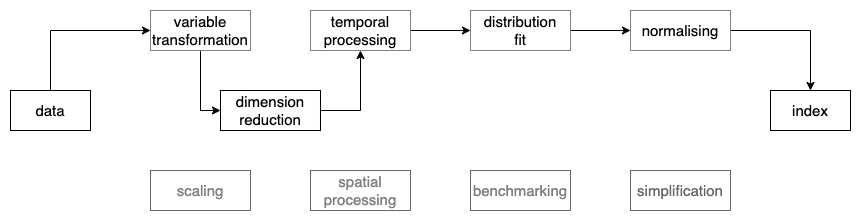
Earlier version of the draw.io export figures/pipeline-spei.png (huizezhang-sherry/paper-tidyindex). Source tidied: cells renumbered, new cells last; positions are measured from the earlier drawing's top-left corner, leaving out a move shared by most shapes.
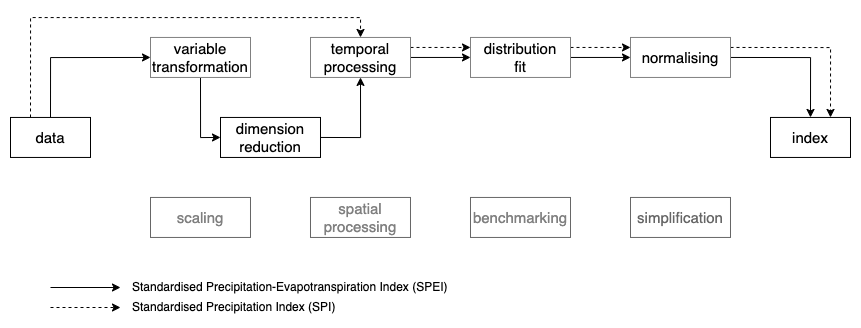
The same diagram one commit later.

What changed in the source:
```diff
@@ -5,8 +5,11 @@
     <mxCell id="2" style="edgeStyle=orthogonalEdgeStyle;rounded=0;jettySize=auto;html=1;exitX=0.5;exitY=0;exitDx=0;exitDy=0;entryX=0;entryY=0.5;entryDx=0;entryDy=0;" parent="1" edge="1" source="3" target="8">
       <mxGeometry relative="1" as="geometry" />
     </mxCell>
+    <mxCell id="19" style="edgeStyle=orthogonalEdgeStyle;rounded=0;jettySize=auto;html=1;exitX=0.25;exitY=0;exitDx=0;exitDy=0;entryX=0.5;entryY=0;entryDx=0;entryDy=0;dashed=1;" parent="1" edge="1" source="3" target="16">
+      <mxGeometry relative="1" as="geometry" />
+    </mxCell>
     <mxCell id="3" value="&lt;font style=&quot;font-size: 15px;&quot;&gt;data&lt;/font&gt;" style="rounded=0;whiteSpace=wrap;html=1;" parent="1" vertex="1">
-      <mxGeometry y="80" width="80" height="40" as="geometry" />
+      <mxGeometry y="80.1" width="80" height="40" as="geometry" />
     </mxCell>
     <mxCell id="4" value="&lt;font style=&quot;font-size: 15px;&quot;&gt;scaling&lt;/font&gt;" style="rounded=0;whiteSpace=wrap;html=1;fontColor=#808080;strokeColor=#666666;" parent="1" vertex="1">
       <mxGeometry x="140" y="160" width="100" height="40" as="geometry" />
@@ -15,22 +18,25 @@
       <mxGeometry relative="1" as="geometry" />
     </mxCell>
     <mxCell id="6" value="&lt;font style=&quot;font-size: 15px;&quot;&gt;dimension reduction&lt;/font&gt;" style="rounded=0;whiteSpace=wrap;html=1;" parent="1" vertex="1">
-      <mxGeometry x="210" y="80" width="100" height="40" as="geometry" />
+      <mxGeometry x="210" y="80.1" width="100" height="40" as="geometry" />
     </mxCell>
     <mxCell id="7" style="edgeStyle=orthogonalEdgeStyle;rounded=0;jettySize=auto;html=1;exitX=0.5;exitY=1;exitDx=0;exitDy=0;entryX=0;entryY=0.5;entryDx=0;entryDy=0;" parent="1" edge="1" source="8" target="6">
       <mxGeometry relative="1" as="geometry" />
     </mxCell>
     <mxCell id="8" value="&lt;font style=&quot;font-size: 15px;&quot;&gt;variable transformation&lt;br&gt;&lt;/font&gt;" style="rounded=0;whiteSpace=wrap;html=1;strokeColor=#808080;fontColor=#000000;" parent="1" vertex="1">
-      <mxGeometry x="140" width="100" height="40" as="geometry" />
+      <mxGeometry x="140" y="0.1" width="100" height="40" as="geometry" />
     </mxCell>
     <mxCell id="9" value="&lt;font style=&quot;font-size: 15px;&quot;&gt;index&lt;br&gt;&lt;/font&gt;" style="rounded=0;whiteSpace=wrap;html=1;" parent="1" vertex="1">
-      <mxGeometry x="760" y="80" width="80" height="40" as="geometry" />
+      <mxGeometry x="760" y="80.1" width="80" height="40" as="geometry" />
     </mxCell>
     <mxCell id="10" style="edgeStyle=orthogonalEdgeStyle;rounded=0;jettySize=auto;html=1;exitX=1;exitY=0.5;exitDx=0;exitDy=0;entryX=0.5;entryY=0;entryDx=0;entryDy=0;" parent="1" edge="1" source="11" target="9">
       <mxGeometry relative="1" as="geometry" />
     </mxCell>
+    <mxCell id="20" style="edgeStyle=orthogonalEdgeStyle;rounded=0;jettySize=auto;html=1;exitX=1;exitY=0.25;exitDx=0;exitDy=0;entryX=0.75;entryY=0;entryDx=0;entryDy=0;dashed=1;" parent="1" edge="1" source="11" target="9">
+      <mxGeometry relative="1" as="geometry" />
+    </mxCell>
     <mxCell id="11" value="&lt;font style=&quot;font-size: 15px;&quot;&gt;normalising&lt;br&gt;&lt;/font&gt;" style="rounded=0;whiteSpace=wrap;html=1;strokeColor=#808080;fontColor=#000000;" parent="1" vertex="1">
-      <mxGeometry x="620" width="100" height="40" as="geometry" />
+      <mxGeometry x="620" y="0.1" width="100" height="40" as="geometry" />
     </mxCell>
     <mxCell id="12" value="&lt;font style=&quot;font-size: 15px;&quot;&gt;benchmarking&lt;br&gt;&lt;/font&gt;" style="rounded=0;whiteSpace=wrap;html=1;fontColor=#808080;strokeColor=#666666;" parent="1" vertex="1">
       <mxGeometry x="460" y="160" width="100" height="40" as="geometry" />
@@ -38,14 +44,20 @@
     <mxCell id="13" style="edgeStyle=orthogonalEdgeStyle;rounded=0;jettySize=auto;html=1;exitX=1;exitY=0.5;exitDx=0;exitDy=0;entryX=0;entryY=0.5;entryDx=0;entryDy=0;fontColor=#000000;" parent="1" edge="1" source="14" target="11">
       <mxGeometry relative="1" as="geometry" />
     </mxCell>
+    <mxCell id="21" style="edgeStyle=orthogonalEdgeStyle;rounded=0;jettySize=auto;html=1;exitX=1;exitY=0.25;exitDx=0;exitDy=0;entryX=0;entryY=0.25;entryDx=0;entryDy=0;dashed=1;" parent="1" edge="1" source="14" target="11">
+      <mxGeometry relative="1" as="geometry" />
+    </mxCell>
     <mxCell id="14" value="&lt;font style=&quot;font-size: 15px;&quot;&gt;distribution &lt;br&gt;fit&lt;br&gt;&lt;/font&gt;" style="rounded=0;whiteSpace=wrap;html=1;strokeColor=#808080;fontColor=#000000;" parent="1" vertex="1">
-      <mxGeometry x="460" width="100" height="40" as="geometry" />
+      <mxGeometry x="460" y="0.1" width="100" height="40" as="geometry" />
     </mxCell>
     <mxCell id="15" style="edgeStyle=orthogonalEdgeStyle;rounded=0;jettySize=auto;html=1;exitX=1;exitY=0.5;exitDx=0;exitDy=0;entryX=0;entryY=0.5;entryDx=0;entryDy=0;fontColor=#000000;" parent="1" edge="1" source="16" target="14">
       <mxGeometry relative="1" as="geometry" />
     </mxCell>
+    <mxCell id="22" style="edgeStyle=orthogonalEdgeStyle;rounded=0;jettySize=auto;html=1;exitX=1;exitY=0.25;exitDx=0;exitDy=0;entryX=0;entryY=0.25;entryDx=0;entryDy=0;dashed=1;" parent="1" edge="1" source="16" target="14">
+      <mxGeometry relative="1" as="geometry" />
+    </mxCell>
     <mxCell id="16" value="&lt;font style=&quot;font-size: 15px;&quot;&gt;temporal processing&lt;br&gt;&lt;/font&gt;" style="rounded=0;whiteSpace=wrap;html=1;strokeColor=#808080;fontColor=#000000;" parent="1" vertex="1">
-      <mxGeometry x="300" width="100" height="40" as="geometry" />
+      <mxGeometry x="300" y="0.1" width="100" height="40" as="geometry" />
     </mxCell>
     <mxCell id="17" value="&lt;font style=&quot;font-size: 15px;&quot;&gt;spatial processing&lt;br&gt;&lt;/font&gt;" style="rounded=0;whiteSpace=wrap;html=1;fontColor=#808080;strokeColor=#666666;" parent="1" vertex="1">
       <mxGeometry x="300" y="160" width="100" height="40" as="geometry" />
@@ -53,5 +65,23 @@
     <mxCell id="18" value="&lt;font style=&quot;font-size: 15px;&quot;&gt;simplification&lt;br&gt;&lt;/font&gt;" style="rounded=0;whiteSpace=wrap;html=1;fontColor=#666666;strokeColor=#666666;" parent="1" vertex="1">
       <mxGeometry x="620" y="160" width="100" height="40" as="geometry" />
     </mxCell>
+    <mxCell id="23" style="endArrow=classic;html=1;rounded=0;" parent="1" edge="1">
+      <mxGeometry relative="1" as="geometry">
+        <mxPoint x="40" y="250.1" as="sourcePoint" />
+        <mxPoint x="110" y="250.1" as="targetPoint" />
+      </mxGeometry>
+    </mxCell>
+    <mxCell id="24" style="endArrow=classic;html=1;rounded=0;dashed=1;" parent="1" edge="1">
+      <mxGeometry relative="1" as="geometry">
+        <mxPoint x="40" y="270.1" as="sourcePoint" />
+        <mxPoint x="110" y="270.1" as="targetPoint" />
+      </mxGeometry>
+    </mxCell>
+    <mxCell id="25" value="Standardised Precipitation-Evapotranspiration Index (SPEI)" style="text;html=1;strokeColor=none;fillColor=none;align=left;verticalAlign=middle;whiteSpace=wrap;rounded=0;" parent="1" vertex="1">
+      <mxGeometry x="120" y="240.1" width="385" height="20" as="geometry" />
+    </mxCell>
+    <mxCell id="26" value="Standardised Precipitation Index (SPI)" style="text;html=1;strokeColor=none;fillColor=none;align=left;verticalAlign=middle;whiteSpace=wrap;rounded=0;" parent="1" vertex="1">
+      <mxGeometry x="120" y="260.1" width="290" height="20" as="geometry" />
+    </mxCell>
   </root>
 </mxGraphModel>
```
